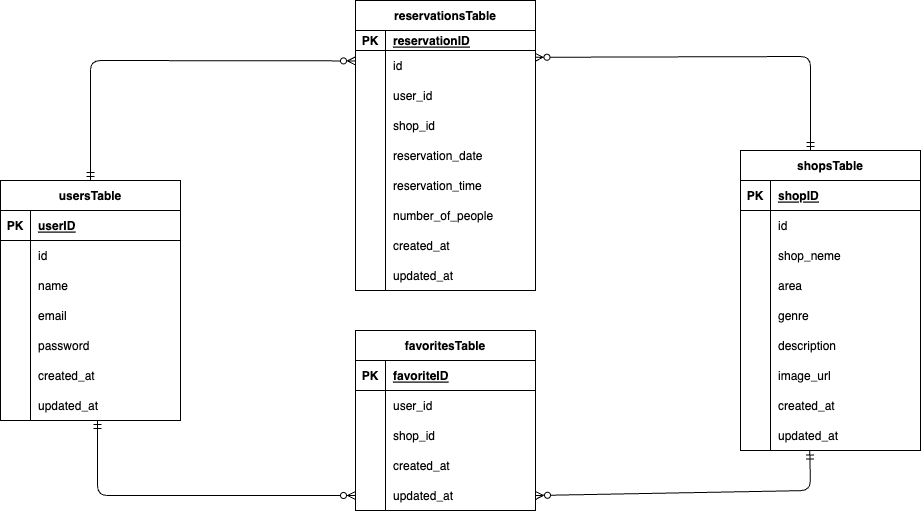
Above: src/.drawio.png in uchi-a000/ReservationSystem (draw.io), before the change. Source tidied: cells renumbered, new cells last; positions are measured from the earlier drawing's top-left corner, leaving out a move shared by most shapes.
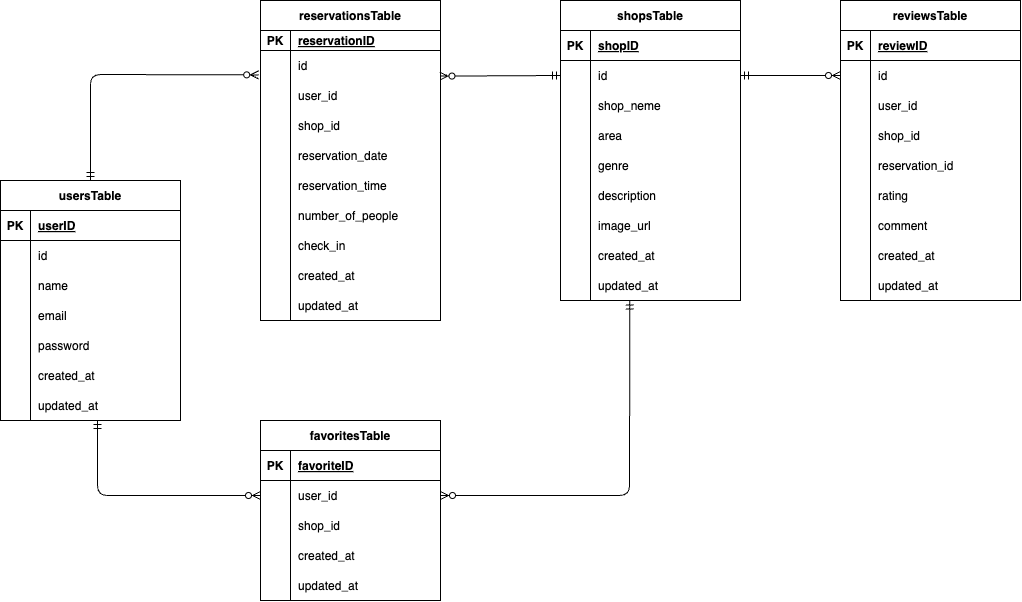
After the commit.

The edit, as a diff of the source:
```diff
@@ -69,7 +69,7 @@
       <mxGeometry x="30" width="150" height="30" as="geometry" />
     </mxCell>
     <mxCell id="24" value="shopsTable" style="shape=table;startSize=30;rowLines=0;fontStyle=1;align=center;" parent="1" vertex="1">
-      <mxGeometry x="740" y="150" width="180" height="300" as="geometry" />
+      <mxGeometry x="560" width="180" height="300" as="geometry" />
     </mxCell>
     <mxCell id="25" style="shape=tableRow;horizontal=0;startSize=0;swimlaneHead=0;swimlaneBody=0;fillColor=none;top=0;left=0;right=0;bottom=1;" parent="24" vertex="1">
       <mxGeometry y="30" width="180" height="30" as="geometry" />
@@ -153,7 +153,7 @@
       <mxGeometry x="30" width="150" height="30" as="geometry" />
     </mxCell>
     <mxCell id="52" value="reservationsTable" style="shape=table;startSize=30;rowLines=0;fontStyle=1;align=center;" parent="1" vertex="1">
-      <mxGeometry x="355" width="180" height="290" as="geometry" />
+      <mxGeometry x="260" width="180" height="320" as="geometry" />
     </mxCell>
     <mxCell id="53" style="shape=tableRow;horizontal=0;startSize=0;swimlaneHead=0;swimlaneBody=0;fillColor=none;top=0;left=0;right=0;bottom=1;" parent="52" vertex="1">
       <mxGeometry y="30" width="180" height="20" as="geometry" />
@@ -218,8 +218,17 @@
     <mxCell id="73" value="number_of_people" style="shape=partialRectangle;fillColor=none;top=0;left=0;bottom=0;right=0;align=left;spacingLeft=6;overflow=hidden;" parent="71" vertex="1">
       <mxGeometry x="30" width="150" height="30" as="geometry" />
     </mxCell>
+    <mxCell id="100" style="shape=tableRow;horizontal=0;startSize=0;swimlaneHead=0;swimlaneBody=0;fillColor=none;top=0;left=0;right=0;bottom=0;" parent="52" vertex="1">
+      <mxGeometry y="230" width="180" height="30" as="geometry" />
+    </mxCell>
+    <mxCell id="101" style="shape=partialRectangle;fillColor=none;top=0;left=0;bottom=0;right=0;overflow=hidden;" parent="100" vertex="1">
+      <mxGeometry width="30" height="30" as="geometry" />
+    </mxCell>
+    <mxCell id="102" value="check_in" style="shape=partialRectangle;fillColor=none;top=0;left=0;bottom=0;right=0;align=left;spacingLeft=6;overflow=hidden;" parent="100" vertex="1">
+      <mxGeometry x="30" width="150" height="30" as="geometry" />
+    </mxCell>
     <mxCell id="74" style="shape=tableRow;horizontal=0;startSize=0;swimlaneHead=0;swimlaneBody=0;fillColor=none;top=0;left=0;right=0;bottom=0;" parent="52" vertex="1">
-      <mxGeometry y="230" width="180" height="30" as="geometry" />
+      <mxGeometry y="260" width="180" height="30" as="geometry" />
     </mxCell>
     <mxCell id="75" style="shape=partialRectangle;fillColor=none;top=0;left=0;bottom=0;right=0;overflow=hidden;" parent="74" vertex="1">
       <mxGeometry width="30" height="30" as="geometry" />
@@ -228,7 +237,7 @@
       <mxGeometry x="30" width="150" height="30" as="geometry" />
     </mxCell>
     <mxCell id="77" style="shape=tableRow;horizontal=0;startSize=0;swimlaneHead=0;swimlaneBody=0;fillColor=none;top=0;left=0;right=0;bottom=0;" parent="52" vertex="1">
-      <mxGeometry y="260" width="180" height="30" as="geometry" />
+      <mxGeometry y="290" width="180" height="30" as="geometry" />
     </mxCell>
     <mxCell id="78" style="shape=partialRectangle;fillColor=none;top=0;left=0;bottom=0;right=0;overflow=hidden;" parent="77" vertex="1">
       <mxGeometry width="30" height="30" as="geometry" />
@@ -237,7 +246,7 @@
       <mxGeometry x="30" width="150" height="30" as="geometry" />
     </mxCell>
     <mxCell id="80" value="favoritesTable" style="shape=table;startSize=30;rowLines=0;fontStyle=1;align=center;" parent="1" vertex="1">
-      <mxGeometry x="355" y="330" width="180" height="180" as="geometry" />
+      <mxGeometry x="260" y="420" width="180" height="180" as="geometry" />
     </mxCell>
     <mxCell id="81" style="shape=tableRow;horizontal=0;startSize=0;swimlaneHead=0;swimlaneBody=0;fillColor=none;top=0;left=0;right=0;bottom=1;" parent="80" vertex="1">
       <mxGeometry y="30" width="180" height="30" as="geometry" />
@@ -284,22 +293,14 @@
     <mxCell id="95" value="updated_at" style="shape=partialRectangle;fillColor=none;top=0;left=0;bottom=0;right=0;align=left;spacingLeft=6;overflow=hidden;" parent="93" vertex="1">
       <mxGeometry x="30" width="150" height="30" as="geometry" />
     </mxCell>
-    <mxCell id="96" style="fontSize=12;html=1;endArrow=ERzeroToMany;startArrow=ERmandOne;exitX=0.5;exitY=0;exitDx=0;exitDy=0;entryX=0;entryY=0.347;entryDx=0;entryDy=0;entryPerimeter=0;" parent="1" edge="1" source="2" target="56">
+    <mxCell id="96" style="fontSize=12;html=1;endArrow=ERzeroToMany;startArrow=ERmandOne;exitX=0.5;exitY=0;exitDx=0;exitDy=0;entryX=-0.01;entryY=0.813;entryDx=0;entryDy=0;entryPerimeter=0;" parent="1" edge="1" source="2" target="56">
       <mxGeometry relative="1" as="geometry">
         <Array as="points">
-          <mxPoint x="90" y="60" />
+          <mxPoint x="90" y="74" />
         </Array>
       </mxGeometry>
     </mxCell>
-    <mxCell id="97" style="fontSize=12;html=1;endArrow=ERzeroToMany;startArrow=ERmandOne;entryX=0.997;entryY=0.226;entryDx=0;entryDy=0;entryPerimeter=0;" parent="1" edge="1" target="56">
-      <mxGeometry relative="1" as="geometry">
-        <mxPoint x="810" y="150" as="sourcePoint" />
-        <Array as="points">
-          <mxPoint x="810" y="56" />
-        </Array>
-      </mxGeometry>
-    </mxCell>
-    <mxCell id="98" style="fontSize=12;html=1;endArrow=ERzeroToMany;startArrow=ERmandOne;entryX=0;entryY=0.5;entryDx=0;entryDy=0;" parent="1" edge="1" target="93">
+    <mxCell id="98" style="fontSize=12;html=1;endArrow=ERzeroToMany;startArrow=ERmandOne;entryX=0;entryY=0.5;entryDx=0;entryDy=0;" parent="1" edge="1" target="84">
       <mxGeometry relative="1" as="geometry">
         <mxPoint x="97" y="420" as="sourcePoint" />
         <Array as="points">
@@ -307,12 +308,102 @@
         </Array>
       </mxGeometry>
     </mxCell>
-    <mxCell id="99" style="fontSize=12;html=1;endArrow=ERzeroToMany;startArrow=ERmandOne;entryX=1;entryY=0.5;entryDx=0;entryDy=0;exitX=0.385;exitY=1.016;exitDx=0;exitDy=0;exitPerimeter=0;" parent="1" edge="1" source="49" target="93">
+    <mxCell id="99" style="fontSize=12;html=1;endArrow=ERzeroToMany;startArrow=ERmandOne;entryX=1;entryY=0.5;entryDx=0;entryDy=0;exitX=0.385;exitY=1.016;exitDx=0;exitDy=0;exitPerimeter=0;" parent="1" edge="1" source="49" target="84">
       <mxGeometry relative="1" as="geometry">
         <Array as="points">
-          <mxPoint x="810" y="490" />
+          <mxPoint x="629" y="495" />
         </Array>
       </mxGeometry>
     </mxCell>
+    <mxCell id="103" style="fontSize=12;html=1;endArrow=ERzeroToMany;startArrow=ERmandOne;exitX=0;exitY=0.5;exitDx=0;exitDy=0;entryX=0.997;entryY=0.854;entryDx=0;entryDy=0;entryPerimeter=0;" parent="1" edge="1" source="28" target="56">
+      <mxGeometry relative="1" as="geometry" />
+    </mxCell>
+    <mxCell id="104" value="reviewsTable" style="shape=table;startSize=30;rowLines=0;fontStyle=1;align=center;" parent="1" vertex="1">
+      <mxGeometry x="840" width="180" height="300" as="geometry" />
+    </mxCell>
+    <mxCell id="105" style="shape=tableRow;horizontal=0;startSize=0;swimlaneHead=0;swimlaneBody=0;fillColor=none;top=0;left=0;right=0;bottom=1;" parent="104" vertex="1">
+      <mxGeometry y="30" width="180" height="30" as="geometry" />
+    </mxCell>
+    <mxCell id="106" value="PK" style="shape=partialRectangle;fillColor=none;top=0;left=0;bottom=0;right=0;fontStyle=1;overflow=hidden;" parent="105" vertex="1">
+      <mxGeometry width="30" height="30" as="geometry" />
+    </mxCell>
+    <mxCell id="107" value="reviewID" style="shape=partialRectangle;fillColor=none;top=0;left=0;bottom=0;right=0;align=left;spacingLeft=6;fontStyle=5;overflow=hidden;" parent="105" vertex="1">
+      <mxGeometry x="30" width="150" height="30" as="geometry" />
+    </mxCell>
+    <mxCell id="108" style="shape=tableRow;horizontal=0;startSize=0;swimlaneHead=0;swimlaneBody=0;fillColor=none;points=[[0,0.5],[1,0.5]];portConstraint=eastwest;top=0;left=0;right=0;bottom=0;" parent="104" vertex="1">
+      <mxGeometry y="60" width="180" height="30" as="geometry" />
+    </mxCell>
+    <mxCell id="109" style="shape=partialRectangle;fillColor=none;top=0;left=0;bottom=0;right=0;overflow=hidden;" parent="108" vertex="1">
+      <mxGeometry width="30" height="30" as="geometry" />
+    </mxCell>
+    <mxCell id="110" value="id" style="shape=partialRectangle;fillColor=none;top=0;left=0;bottom=0;right=0;align=left;spacingLeft=6;overflow=hidden;" parent="108" vertex="1">
+      <mxGeometry x="30" width="150" height="30" as="geometry" />
+    </mxCell>
+    <mxCell id="111" style="shape=tableRow;horizontal=0;startSize=0;swimlaneHead=0;swimlaneBody=0;fillColor=none;top=0;left=0;right=0;bottom=0;" parent="104" vertex="1">
+      <mxGeometry y="90" width="180" height="30" as="geometry" />
+    </mxCell>
+    <mxCell id="112" style="shape=partialRectangle;fillColor=none;top=0;left=0;bottom=0;right=0;overflow=hidden;" parent="111" vertex="1">
+      <mxGeometry width="30" height="30" as="geometry" />
+    </mxCell>
+    <mxCell id="113" value="user_id" style="shape=partialRectangle;fillColor=none;top=0;left=0;bottom=0;right=0;align=left;spacingLeft=6;overflow=hidden;" parent="111" vertex="1">
+      <mxGeometry x="30" width="150" height="30" as="geometry" />
+    </mxCell>
+    <mxCell id="114" style="shape=tableRow;horizontal=0;startSize=0;swimlaneHead=0;swimlaneBody=0;fillColor=none;top=0;left=0;right=0;bottom=0;" parent="104" vertex="1">
+      <mxGeometry y="120" width="180" height="30" as="geometry" />
+    </mxCell>
+    <mxCell id="115" style="shape=partialRectangle;fillColor=none;top=0;left=0;bottom=0;right=0;overflow=hidden;" parent="114" vertex="1">
+      <mxGeometry width="30" height="30" as="geometry" />
+    </mxCell>
+    <mxCell id="116" value="shop_id" style="shape=partialRectangle;fillColor=none;top=0;left=0;bottom=0;right=0;align=left;spacingLeft=6;overflow=hidden;" parent="114" vertex="1">
+      <mxGeometry x="30" width="150" height="30" as="geometry" />
+    </mxCell>
+    <mxCell id="117" style="shape=tableRow;horizontal=0;startSize=0;swimlaneHead=0;swimlaneBody=0;fillColor=none;top=0;left=0;right=0;bottom=0;" parent="104" vertex="1">
+      <mxGeometry y="150" width="180" height="30" as="geometry" />
+    </mxCell>
+    <mxCell id="118" style="shape=partialRectangle;fillColor=none;top=0;left=0;bottom=0;right=0;overflow=hidden;" parent="117" vertex="1">
+      <mxGeometry width="30" height="30" as="geometry" />
+    </mxCell>
+    <mxCell id="119" value="reservation_id" style="shape=partialRectangle;fillColor=none;top=0;left=0;bottom=0;right=0;align=left;spacingLeft=6;overflow=hidden;" parent="117" vertex="1">
+      <mxGeometry x="30" width="150" height="30" as="geometry" />
+    </mxCell>
+    <mxCell id="120" style="shape=tableRow;horizontal=0;startSize=0;swimlaneHead=0;swimlaneBody=0;fillColor=none;top=0;left=0;right=0;bottom=0;" parent="104" vertex="1">
+      <mxGeometry y="180" width="180" height="30" as="geometry" />
+    </mxCell>
+    <mxCell id="121" style="shape=partialRectangle;fillColor=none;top=0;left=0;bottom=0;right=0;overflow=hidden;" parent="120" vertex="1">
+      <mxGeometry width="30" height="30" as="geometry" />
+    </mxCell>
+    <mxCell id="122" value="rating" style="shape=partialRectangle;fillColor=none;top=0;left=0;bottom=0;right=0;align=left;spacingLeft=6;overflow=hidden;" parent="120" vertex="1">
+      <mxGeometry x="30" width="150" height="30" as="geometry" />
+    </mxCell>
+    <mxCell id="123" style="shape=tableRow;horizontal=0;startSize=0;swimlaneHead=0;swimlaneBody=0;fillColor=none;top=0;left=0;right=0;bottom=0;" parent="104" vertex="1">
+      <mxGeometry y="210" width="180" height="30" as="geometry" />
+    </mxCell>
+    <mxCell id="124" style="shape=partialRectangle;fillColor=none;top=0;left=0;bottom=0;right=0;overflow=hidden;" parent="123" vertex="1">
+      <mxGeometry width="30" height="30" as="geometry" />
+    </mxCell>
+    <mxCell id="125" value="comment" style="shape=partialRectangle;fillColor=none;top=0;left=0;bottom=0;right=0;align=left;spacingLeft=6;overflow=hidden;" parent="123" vertex="1">
+      <mxGeometry x="30" width="150" height="30" as="geometry" />
+    </mxCell>
+    <mxCell id="126" style="shape=tableRow;horizontal=0;startSize=0;swimlaneHead=0;swimlaneBody=0;fillColor=none;top=0;left=0;right=0;bottom=0;" parent="104" vertex="1">
+      <mxGeometry y="240" width="180" height="30" as="geometry" />
+    </mxCell>
+    <mxCell id="127" style="shape=partialRectangle;fillColor=none;top=0;left=0;bottom=0;right=0;overflow=hidden;" parent="126" vertex="1">
+      <mxGeometry width="30" height="30" as="geometry" />
+    </mxCell>
+    <mxCell id="128" value="created_at" style="shape=partialRectangle;fillColor=none;top=0;left=0;bottom=0;right=0;align=left;spacingLeft=6;overflow=hidden;" parent="126" vertex="1">
+      <mxGeometry x="30" width="150" height="30" as="geometry" />
+    </mxCell>
+    <mxCell id="129" style="shape=tableRow;horizontal=0;startSize=0;swimlaneHead=0;swimlaneBody=0;fillColor=none;top=0;left=0;right=0;bottom=0;" parent="104" vertex="1">
+      <mxGeometry y="270" width="180" height="30" as="geometry" />
+    </mxCell>
+    <mxCell id="130" style="shape=partialRectangle;fillColor=none;top=0;left=0;bottom=0;right=0;overflow=hidden;" parent="129" vertex="1">
+      <mxGeometry width="30" height="30" as="geometry" />
+    </mxCell>
+    <mxCell id="131" value="updated_at" style="shape=partialRectangle;fillColor=none;top=0;left=0;bottom=0;right=0;align=left;spacingLeft=6;overflow=hidden;" parent="129" vertex="1">
+      <mxGeometry x="30" width="150" height="30" as="geometry" />
+    </mxCell>
+    <mxCell id="132" style="fontSize=12;html=1;endArrow=ERzeroToMany;startArrow=ERmandOne;exitX=1;exitY=0.5;exitDx=0;exitDy=0;entryX=0;entryY=0.5;entryDx=0;entryDy=0;" parent="1" edge="1" source="28" target="108">
+      <mxGeometry relative="1" as="geometry" />
+    </mxCell>
   </root>
 </mxGraphModel>
```
